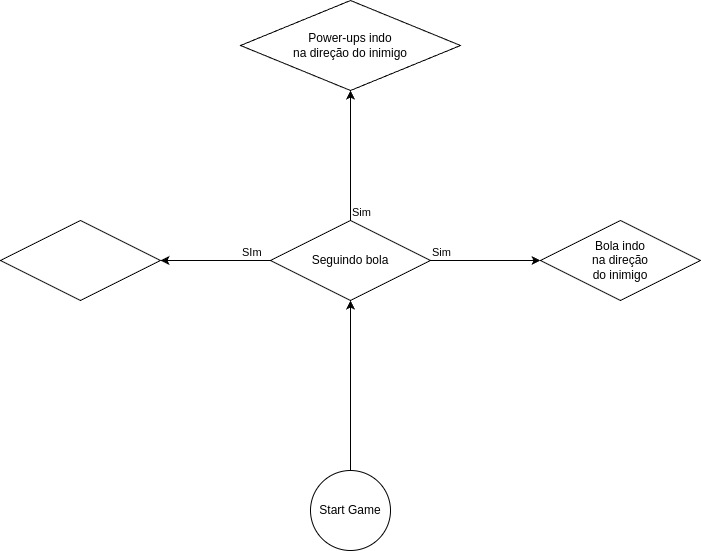
This is FSM_diagram2.drawio.png from guiardev/Game-design-, a draw.io export, as it was before one commit. Source tidied: cells renumbered, new cells last; positions are measured from the earlier drawing's top-left corner, leaving out a move shared by most shapes.
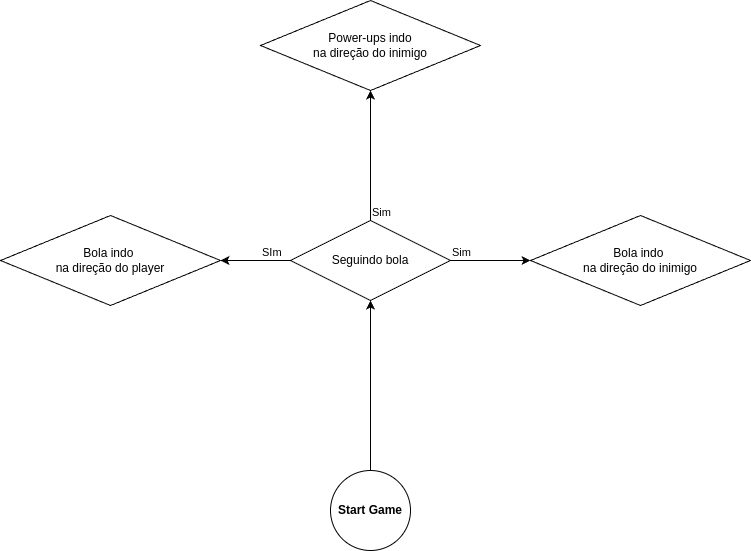
Later version of the same file.

What changed in the source:
```diff
@@ -2,21 +2,18 @@
   <root>
     <mxCell id="0" />
     <mxCell id="1" parent="0" />
-    <mxCell id="2" value="Start Game" style="ellipse;whiteSpace=wrap;html=1;" parent="1" vertex="1">
+    <mxCell id="2" value="&lt;b&gt;Start Game&lt;/b&gt;" style="ellipse;whiteSpace=wrap;html=1;" parent="1" vertex="1">
       <mxGeometry x="310" y="470" width="80" height="80" as="geometry" />
     </mxCell>
     <mxCell id="3" value="Seguindo bola" style="rhombus;whiteSpace=wrap;html=1;" parent="1" vertex="1">
       <mxGeometry x="270" y="220" width="160" height="80" as="geometry" />
     </mxCell>
-    <mxCell id="4" style="rhombus;whiteSpace=wrap;html=1;" parent="1" vertex="1">
-      <mxGeometry y="220" width="160" height="80" as="geometry" />
+    <mxCell id="4" value="Bola indo&amp;nbsp;&lt;div&gt;na direção do player&lt;/div&gt;" style="rhombus;whiteSpace=wrap;html=1;" parent="1" vertex="1">
+      <mxGeometry x="-20" y="215" width="220" height="90" as="geometry" />
     </mxCell>
-    <mxCell id="5" style="rhombus;whiteSpace=wrap;html=1;" parent="1" vertex="1">
-      <mxGeometry x="540" y="220" width="160" height="80" as="geometry" />
+    <mxCell id="5" value="Bola indo&amp;nbsp;&lt;div&gt;na direção do inimigo&lt;/div&gt;" style="rhombus;whiteSpace=wrap;html=1;" parent="1" vertex="1">
+      <mxGeometry x="510" y="215" width="220" height="90" as="geometry" />
     </mxCell>
-    <mxCell id="6" value="Bola indo na direção do inimigo" style="text;html=1;align=center;verticalAlign=middle;whiteSpace=wrap;rounded=0;" parent="1" vertex="1">
-      <mxGeometry x="590" y="245" width="60" height="30" as="geometry" />
-    </mxCell>
     <mxCell id="7" style="endArrow=classic;html=1;rounded=0;entryX=0;entryY=0.5;entryDx=0;entryDy=0;exitX=1;exitY=0.5;exitDx=0;exitDy=0;" parent="1" edge="1" source="3" target="5">
       <mxGeometry relative="1" as="geometry" />
     </mxCell>
```
